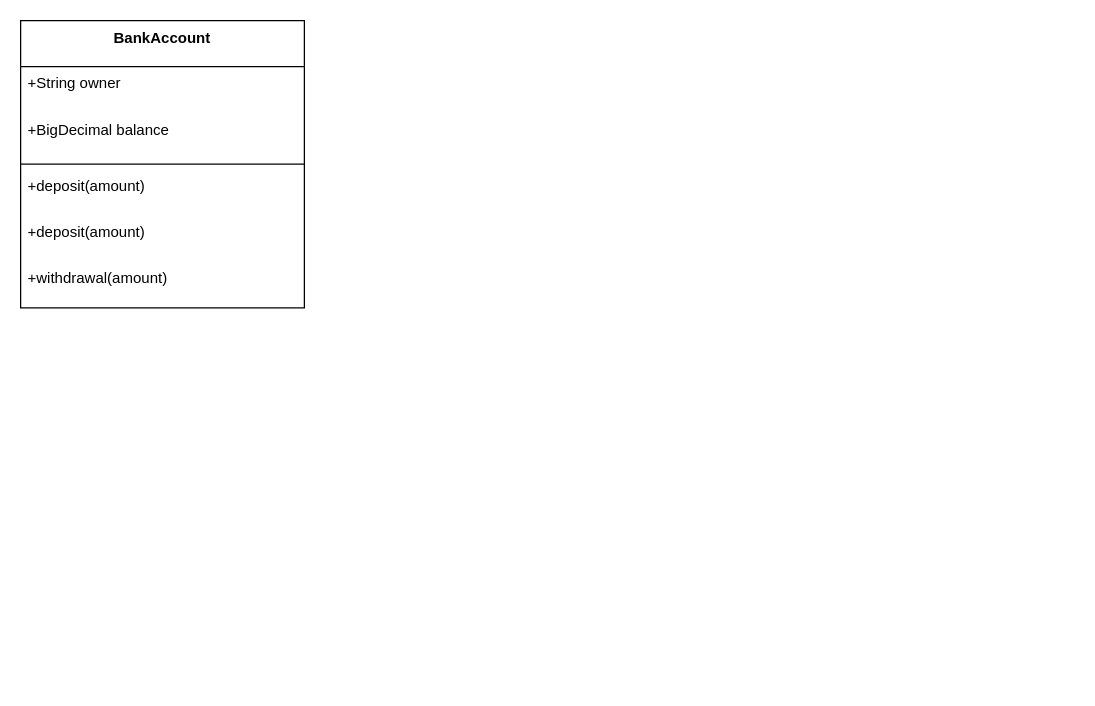
Earlier version of the draw.io diagram Untitled Diagram.drawio (kvillacarillo/Draw-IO-Sample-Repository). Source tidied: cells renumbered, new cells numbered last; positions are measured from the earlier drawing's top-left corner, leaving out a move shared by most shapes. Both pictures are drawn from the tidied source at 125%, with x=0, y=0 at pixel (20, 20).
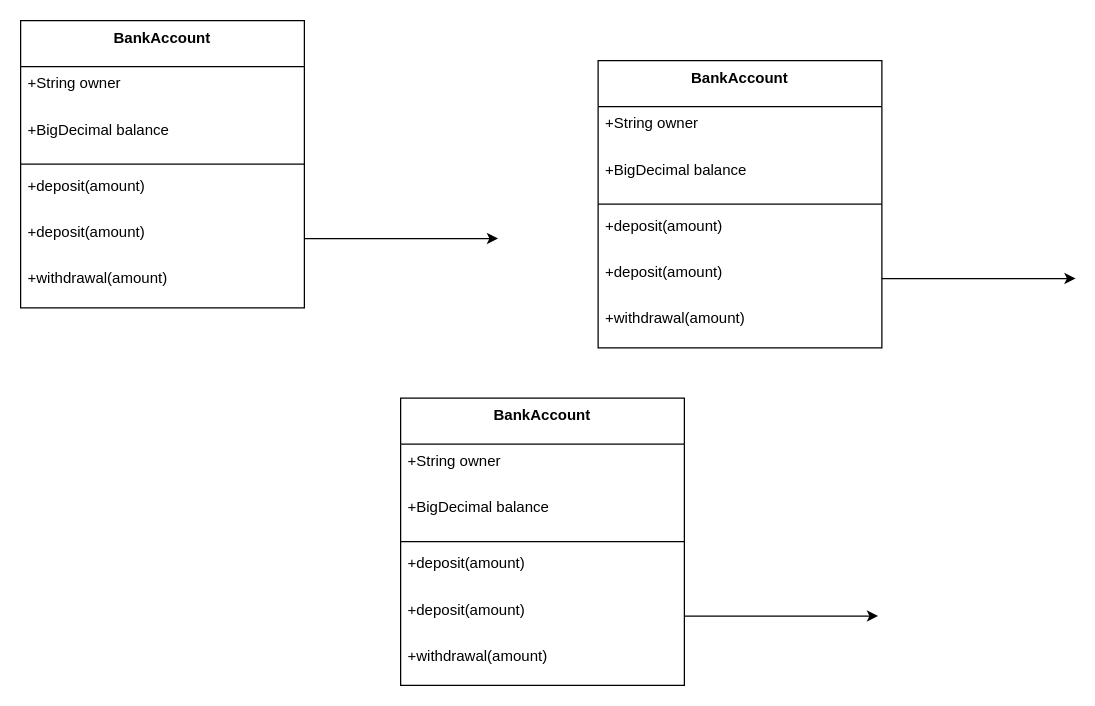
After the change.

The change refers to these unchanged cells:
```xml
<mxCell id="2" value="BankAccount" style="swimlane;fontStyle=1;align=center;verticalAlign=top;horizontal=1;startSize=36.8;" parent="1" vertex="1">
  <mxGeometry width="227" height="229.8" as="geometry" />
</mxCell>
<mxCell id="7" value="+deposit(amount)" style="text;strokeColor=none;fillColor=none;align=left;verticalAlign=top;spacingLeft=4;spacingRight=4;overflow=hidden;points=[[0,0.5],[1,0.5]];portConstraint=eastwest;" parent="2" vertex="1">
  <mxGeometry y="155.8" width="227" height="37" as="geometry" />
</mxCell>
```

The edit, as a diff of the source:
```diff
@@
+    <mxCell id="9" style="edgeStyle=orthogonalEdgeStyle;rounded=0;jettySize=auto;html=1;" parent="2" edge="1" source="7">
+      <mxGeometry relative="1" as="geometry">
+        <mxPoint x="382" y="174.3" as="targetPoint" />
+      </mxGeometry>
+    </mxCell>
@@
+    <mxCell id="10" value="BankAccount" style="swimlane;fontStyle=1;align=center;verticalAlign=top;horizontal=1;startSize=36.8;" parent="1" vertex="1">
+      <mxGeometry x="304" y="302" width="227" height="229.8" as="geometry" />
+    </mxCell>
+    <mxCell id="11" value="+String owner" style="text;strokeColor=none;fillColor=none;align=left;verticalAlign=top;spacingLeft=4;spacingRight=4;overflow=hidden;" parent="10" vertex="1">
+      <mxGeometry y="36.8" width="227" height="37" as="geometry" />
+    </mxCell>
+    <mxCell id="12" value="+BigDecimal balance" style="text;strokeColor=none;fillColor=none;align=left;verticalAlign=top;spacingLeft=4;spacingRight=4;overflow=hidden;" parent="10" vertex="1">
+      <mxGeometry y="73.8" width="227" height="37" as="geometry" />
+    </mxCell>
+    <mxCell id="13" style="line;strokeWidth=1;fillColor=none;align=left;verticalAlign=middle;spacingTop=-1;spacingLeft=3;spacingRight=3;labelPosition=right;strokeColor=inherit;" parent="10" vertex="1">
+      <mxGeometry y="110.8" width="227" height="8" as="geometry" />
+    </mxCell>
+    <mxCell id="14" value="+deposit(amount)" style="text;strokeColor=none;fillColor=none;align=left;verticalAlign=top;spacingLeft=4;spacingRight=4;overflow=hidden;" parent="10" vertex="1">
+      <mxGeometry y="118.8" width="227" height="37" as="geometry" />
+    </mxCell>
+    <mxCell id="15" style="edgeStyle=orthogonalEdgeStyle;rounded=0;jettySize=auto;html=1;" parent="10" edge="1" source="16">
+      <mxGeometry relative="1" as="geometry">
+        <mxPoint x="382" y="174.3" as="targetPoint" />
+      </mxGeometry>
+    </mxCell>
+    <mxCell id="16" value="+deposit(amount)" style="text;strokeColor=none;fillColor=none;align=left;verticalAlign=top;spacingLeft=4;spacingRight=4;overflow=hidden;points=[[0,0.5],[1,0.5]];portConstraint=eastwest;" parent="10" vertex="1">
+      <mxGeometry y="155.8" width="227" height="37" as="geometry" />
+    </mxCell>
+    <mxCell id="17" value="+withdrawal(amount)" style="text;strokeColor=none;fillColor=none;align=left;verticalAlign=top;spacingLeft=4;spacingRight=4;overflow=hidden;" parent="10" vertex="1">
+      <mxGeometry y="192.8" width="227" height="37" as="geometry" />
+    </mxCell>
+    <mxCell id="18" value="BankAccount" style="swimlane;fontStyle=1;align=center;verticalAlign=top;horizontal=1;startSize=36.8;" parent="1" vertex="1">
+      <mxGeometry x="462" y="32" width="227" height="229.8" as="geometry" />
+    </mxCell>
+    <mxCell id="19" value="+String owner" style="text;strokeColor=none;fillColor=none;align=left;verticalAlign=top;spacingLeft=4;spacingRight=4;overflow=hidden;" parent="18" vertex="1">
+      <mxGeometry y="36.8" width="227" height="37" as="geometry" />
+    </mxCell>
+    <mxCell id="20" value="+BigDecimal balance" style="text;strokeColor=none;fillColor=none;align=left;verticalAlign=top;spacingLeft=4;spacingRight=4;overflow=hidden;" parent="18" vertex="1">
+      <mxGeometry y="73.8" width="227" height="37" as="geometry" />
+    </mxCell>
+    <mxCell id="21" style="line;strokeWidth=1;fillColor=none;align=left;verticalAlign=middle;spacingTop=-1;spacingLeft=3;spacingRight=3;labelPosition=right;strokeColor=inherit;" parent="18" vertex="1">
+      <mxGeometry y="110.8" width="227" height="8" as="geometry" />
+    </mxCell>
+    <mxCell id="22" value="+deposit(amount)" style="text;strokeColor=none;fillColor=none;align=left;verticalAlign=top;spacingLeft=4;spacingRight=4;overflow=hidden;" parent="18" vertex="1">
+      <mxGeometry y="118.8" width="227" height="37" as="geometry" />
+    </mxCell>
+    <mxCell id="23" style="edgeStyle=orthogonalEdgeStyle;rounded=0;jettySize=auto;html=1;" parent="18" edge="1" source="24">
+      <mxGeometry relative="1" as="geometry">
+        <mxPoint x="382" y="174.3" as="targetPoint" />
+      </mxGeometry>
+    </mxCell>
+    <mxCell id="24" value="+deposit(amount)" style="text;strokeColor=none;fillColor=none;align=left;verticalAlign=top;spacingLeft=4;spacingRight=4;overflow=hidden;points=[[0,0.5],[1,0.5]];portConstraint=eastwest;" parent="18" vertex="1">
+      <mxGeometry y="155.8" width="227" height="37" as="geometry" />
+    </mxCell>
+    <mxCell id="25" value="+withdrawal(amount)" style="text;strokeColor=none;fillColor=none;align=left;verticalAlign=top;spacingLeft=4;spacingRight=4;overflow=hidden;" parent="18" vertex="1">
+      <mxGeometry y="192.8" width="227" height="37" as="geometry" />
+    </mxCell>
```
